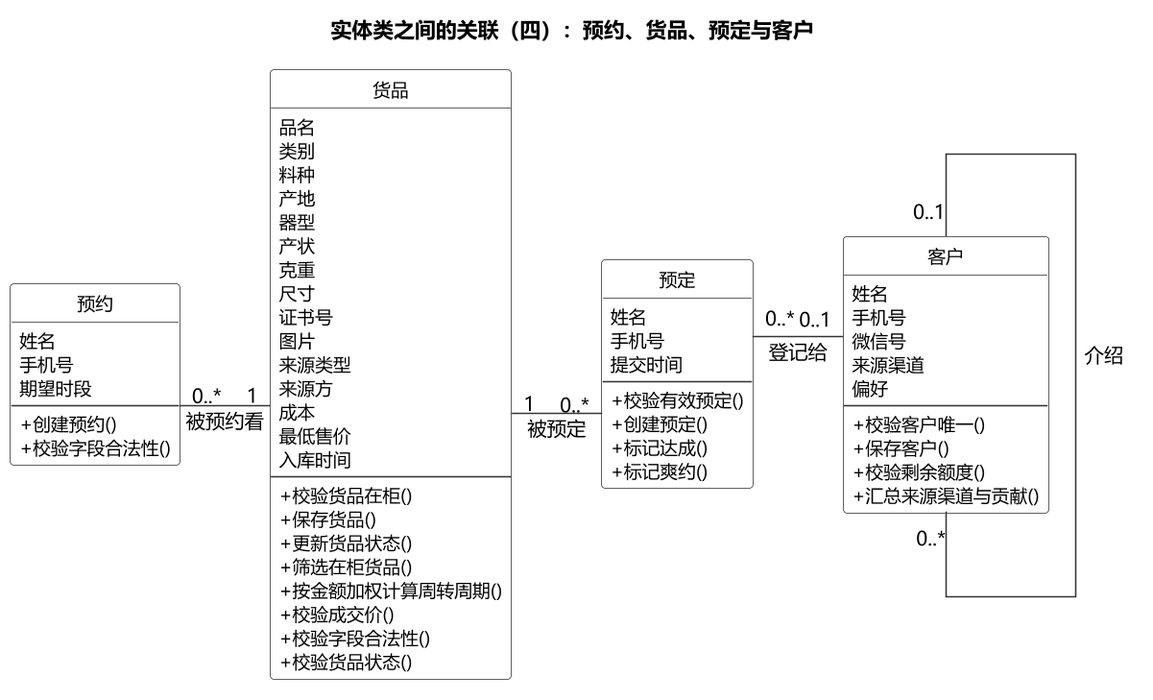
rosefinch55/jade-store-system keeps this PlantUML diagram as docs/figs/analysis/05b4-entity-book.png. Above is the earlier version.
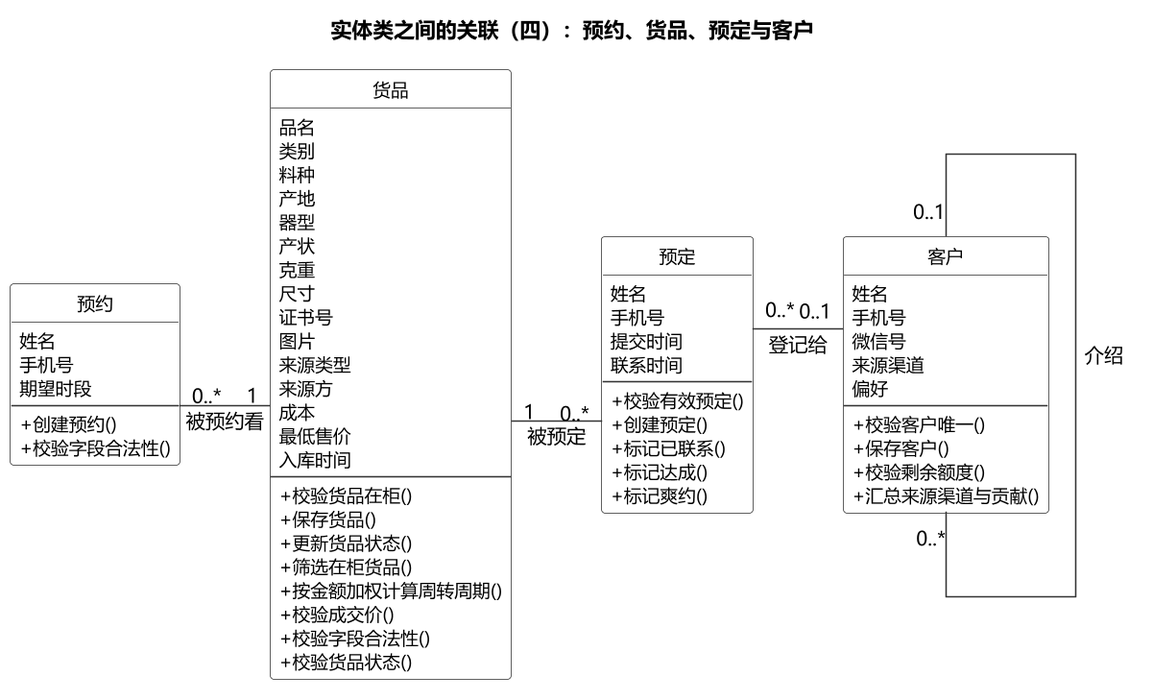
Later version of the same file.

What changed in the source:
```diff
@@ -57,9 +57,11 @@
     姓名
     手机号
     提交时间
+    联系时间
     --
     + 校验有效预定()
     + 创建预定()
+    + 标记已联系()
     + 标记达成()
     + 标记爽约()
   }
```
